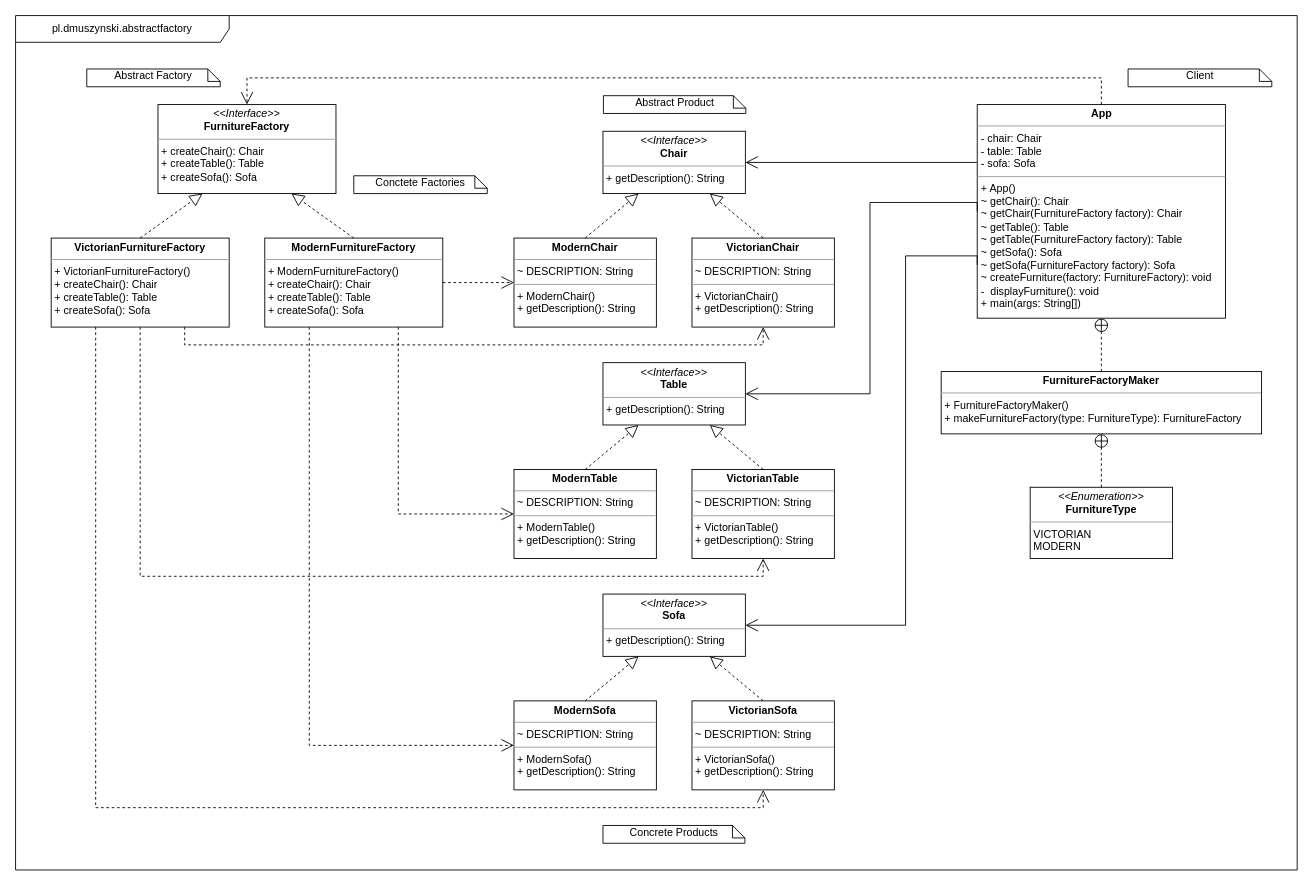
The draw.io diagram abstract-factory/etc/abstractfactory.drawio in DMuszynski/design-patterns, before the edit. Source tidied: cells renumbered, new cells numbered last; positions are measured from the earlier drawing's top-left corner, leaving out a move shared by most shapes. Both pictures are drawn from the tidied source at 89%, with x=0, y=0 at pixel (15, 15).
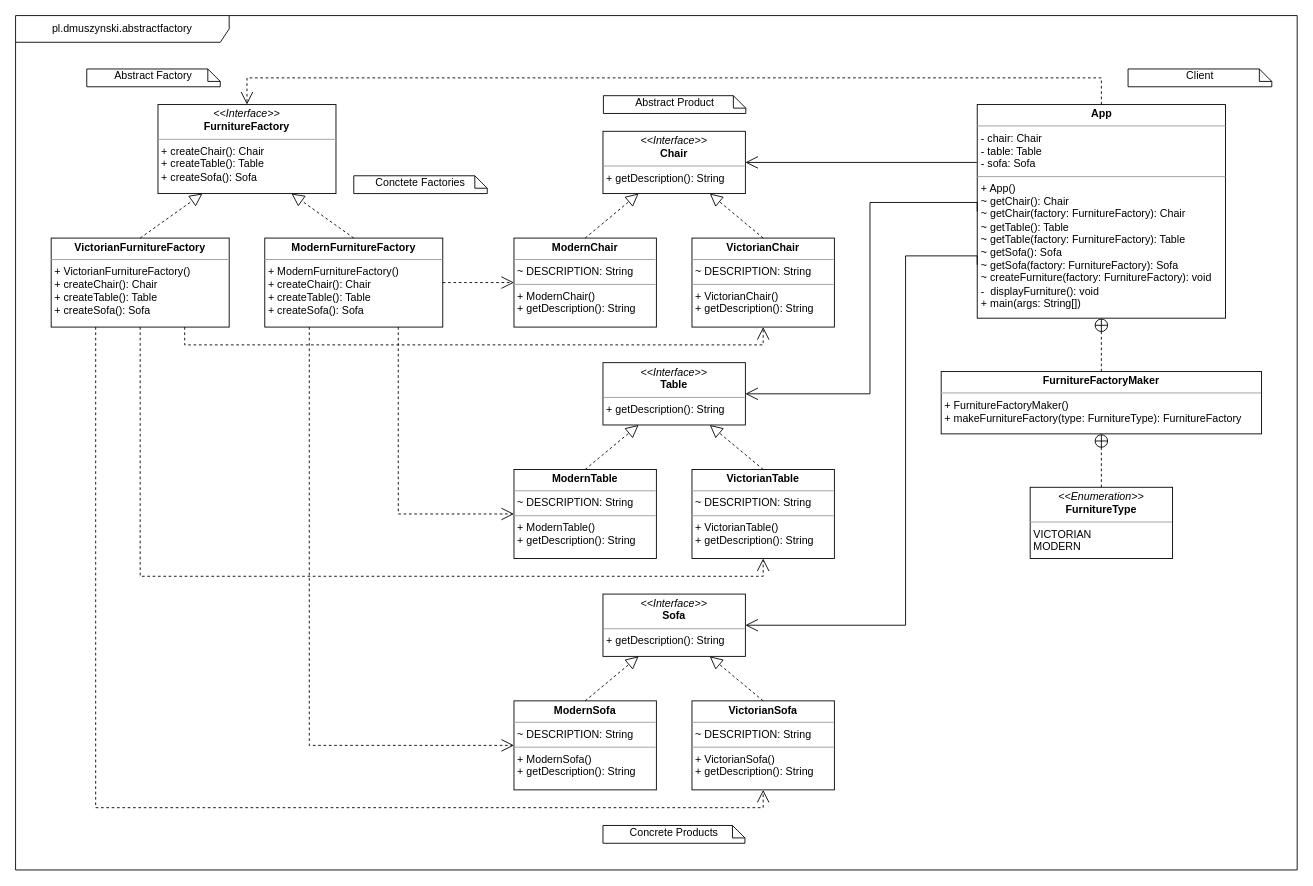
The same page after the edit.

Commit message (it also covers changes not shown here):
change AbstractFactory class diagram

The edit, as a diff of the source:
```diff
@@
-    <mxCell id="32" value="&lt;p style=&quot;margin: 0px ; margin-top: 4px ; text-align: center&quot;&gt;&lt;b&gt;App&lt;/b&gt;&lt;/p&gt;&lt;hr size=&quot;1&quot;&gt;&lt;p style=&quot;margin: 0px ; margin-left: 4px&quot;&gt;- chair: Chair&lt;/p&gt;&lt;p style=&quot;margin: 0px ; margin-left: 4px&quot;&gt;- table: Table&lt;/p&gt;&lt;p style=&quot;margin: 0px ; margin-left: 4px&quot;&gt;- sofa: Sofa&lt;/p&gt;&lt;hr size=&quot;1&quot;&gt;&lt;p style=&quot;margin: 0px ; margin-left: 4px&quot;&gt;+ App()&lt;/p&gt;&lt;p style=&quot;margin: 0px ; margin-left: 4px&quot;&gt;~ getChair(): Chair&lt;/p&gt;&lt;p style=&quot;margin: 0px ; margin-left: 4px&quot;&gt;~ getChair(FurnitureFactory factory): Chair&lt;/p&gt;&lt;p style=&quot;margin: 0px ; margin-left: 4px&quot;&gt;~ getTable(): Table&lt;/p&gt;&lt;p style=&quot;margin: 0px ; margin-left: 4px&quot;&gt;~ getTable(FurnitureFactory factory): Table&lt;br&gt;&lt;/p&gt;&lt;p style=&quot;margin: 0px ; margin-left: 4px&quot;&gt;~ getSofa(): Sofa&lt;/p&gt;&lt;p style=&quot;margin: 0px ; margin-left: 4px&quot;&gt;~ getSofa(FurnitureFactory factory): Sofa&lt;/p&gt;&lt;p style=&quot;margin: 0px ; margin-left: 4px&quot;&gt;~ createFurniture(factory: FurnitureFactory): void&lt;/p&gt;&lt;p style=&quot;margin: 0px ; margin-left: 4px&quot;&gt;-&amp;nbsp; displayFurniture(): void&lt;/p&gt;&lt;p style=&quot;margin: 0px ; margin-left: 4px&quot;&gt;+ main(args: String[])&lt;/p&gt;&lt;p style=&quot;margin: 0px ; margin-left: 4px&quot;&gt;&lt;br&gt;&lt;/p&gt;" style="verticalAlign=top;align=left;overflow=fill;fontSize=12;fontFamily=Helvetica;html=1;" parent="1" vertex="1">
+    <mxCell id="32" value="&lt;p style=&quot;margin: 0px ; margin-top: 4px ; text-align: center&quot;&gt;&lt;b&gt;App&lt;/b&gt;&lt;/p&gt;&lt;hr size=&quot;1&quot;&gt;&lt;p style=&quot;margin: 0px ; margin-left: 4px&quot;&gt;- chair: Chair&lt;/p&gt;&lt;p style=&quot;margin: 0px ; margin-left: 4px&quot;&gt;- table: Table&lt;/p&gt;&lt;p style=&quot;margin: 0px ; margin-left: 4px&quot;&gt;- sofa: Sofa&lt;/p&gt;&lt;hr size=&quot;1&quot;&gt;&lt;p style=&quot;margin: 0px ; margin-left: 4px&quot;&gt;+ App()&lt;/p&gt;&lt;p style=&quot;margin: 0px ; margin-left: 4px&quot;&gt;~ getChair(): Chair&lt;/p&gt;&lt;p style=&quot;margin: 0px ; margin-left: 4px&quot;&gt;~ getChair(factory: FurnitureFactory): Chair&lt;/p&gt;&lt;p style=&quot;margin: 0px ; margin-left: 4px&quot;&gt;~ getTable(): Table&lt;/p&gt;&lt;p style=&quot;margin: 0px ; margin-left: 4px&quot;&gt;~ getTable(factory: FurnitureFactory): Table&lt;br&gt;&lt;/p&gt;&lt;p style=&quot;margin: 0px ; margin-left: 4px&quot;&gt;~ getSofa(): Sofa&lt;/p&gt;&lt;p style=&quot;margin: 0px ; margin-left: 4px&quot;&gt;~ getSofa(factory: FurnitureFactory): Sofa&lt;/p&gt;&lt;p style=&quot;margin: 0px ; margin-left: 4px&quot;&gt;~ createFurniture(factory: FurnitureFactory): void&lt;/p&gt;&lt;p style=&quot;margin: 0px ; margin-left: 4px&quot;&gt;-&amp;nbsp; displayFurniture(): void&lt;/p&gt;&lt;p style=&quot;margin: 0px ; margin-left: 4px&quot;&gt;+ main(args: String[])&lt;/p&gt;&lt;p style=&quot;margin: 0px ; margin-left: 4px&quot;&gt;&lt;br&gt;&lt;/p&gt;" style="verticalAlign=top;align=left;overflow=fill;fontSize=12;fontFamily=Helvetica;html=1;" parent="1" vertex="1">
       <mxGeometry x="1080.5" y="100" width="279" height="240" as="geometry" />
     </mxCell>
```
